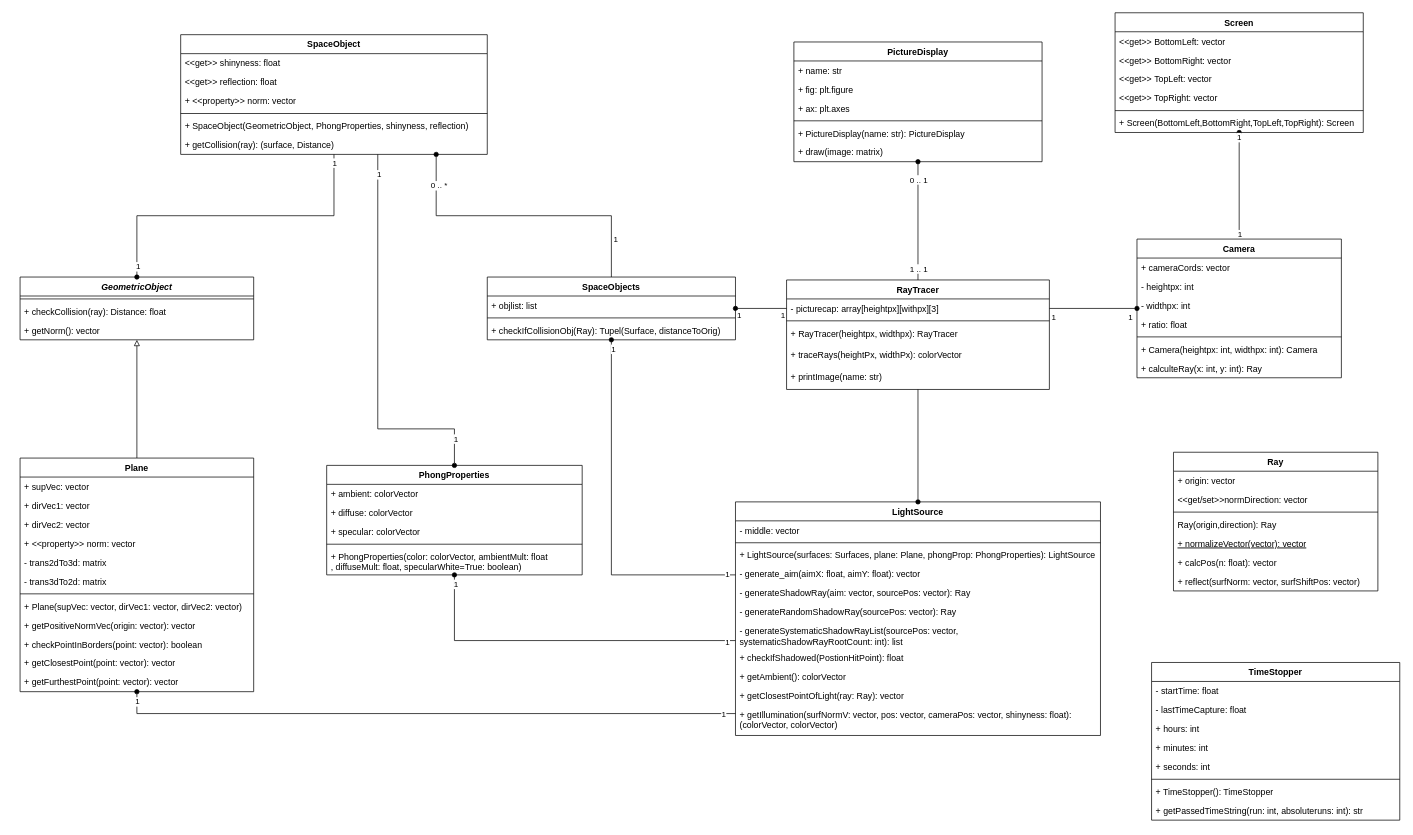
FreshMax9000/RayTrace keeps this draw.io diagram as rayclasses.drawio. Above is the earlier version. Source tidied: cells renumbered, new cells numbered last; positions are measured from the earlier drawing's top-left corner, leaving out a move shared by most shapes. Both pictures are drawn from the tidied source at 73%, with x=0, y=0 at pixel (20, 12).
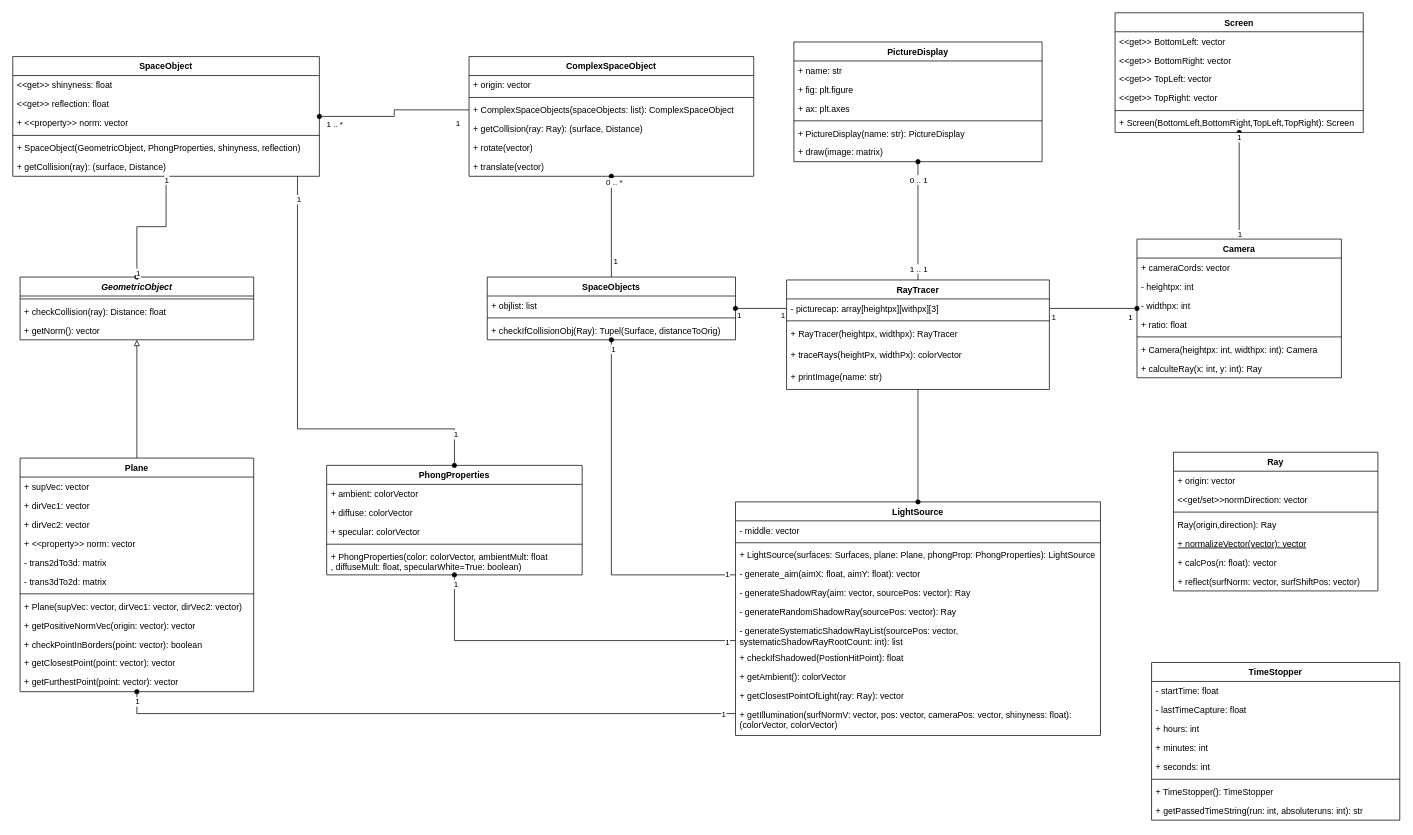
The same page after the edit.

Unchanged cells that the change refers to:
```xml
<mxCell id="40" value="SpaceObjects" style="swimlane;fontStyle=1;align=center;verticalAlign=top;horizontal=1;startSize=26;" parent="1" vertex="1">
  <mxGeometry x="640" y="362" width="340" height="86" as="geometry" />
</mxCell>
<mxCell id="85" value="PhongProperties" style="swimlane;fontStyle=1;align=center;verticalAlign=top;horizontal=1;startSize=26;" parent="1" vertex="1">
  <mxGeometry x="420" y="620" width="350" height="150" as="geometry" />
</mxCell>
```

Change to the diagram source:
```diff
@@
-    <mxCell id="2" style="edgeStyle=orthogonalEdgeStyle;rounded=0;jettySize=auto;html=1;startArrow=oval;startFill=1;endArrow=none;endFill=0;" parent="1" edge="1" source="108" target="40">
+    <mxCell id="2" style="edgeStyle=orthogonalEdgeStyle;rounded=0;jettySize=auto;html=1;startArrow=oval;startFill=1;endArrow=none;endFill=0;" parent="1" edge="1" source="125" target="40">
       <mxGeometry relative="1" as="geometry">
         <Array as="points">
-          <mxPoint x="570" y="278" />
-          <mxPoint x="810" y="278" />
+          <mxPoint x="810" y="240" />
+          <mxPoint x="810" y="240" />
         </Array>
       </mxGeometry>
     </mxCell>
@@
     <mxCell id="108" value="SpaceObject" style="swimlane;fontStyle=1;align=center;verticalAlign=top;horizontal=1;startSize=26;" parent="1" vertex="1">
-      <mxGeometry x="220" y="30" width="420" height="164" as="geometry" />
+      <mxGeometry x="-10" y="60" width="420" height="164" as="geometry" />
     </mxCell>
@@
     <mxCell id="115" style="edgeStyle=orthogonalEdgeStyle;rounded=0;jettySize=auto;html=1;exitX=0.5;exitY=0;exitDx=0;exitDy=0;startArrow=oval;startFill=1;endArrow=none;endFill=0;" parent="1" edge="1" source="85" target="108">
       <mxGeometry relative="1" as="geometry">
         <Array as="points">
           <mxPoint x="595" y="570" />
-          <mxPoint x="490" y="570" />
+          <mxPoint x="380" y="570" />
         </Array>
       </mxGeometry>
     </mxCell>
@@
+    <mxCell id="125" value="ComplexSpaceObject" style="swimlane;fontStyle=1;align=center;verticalAlign=top;horizontal=1;startSize=26;" parent="1" vertex="1">
+      <mxGeometry x="615" y="60" width="390" height="164" as="geometry" />
+    </mxCell>
+    <mxCell id="126" value="+ origin: vector" style="text;strokeColor=none;fillColor=none;align=left;verticalAlign=top;spacingLeft=4;spacingRight=4;overflow=hidden;" parent="125" vertex="1">
+      <mxGeometry y="26" width="390" height="26" as="geometry" />
+    </mxCell>
+    <mxCell id="127" style="line;strokeWidth=1;fillColor=none;align=left;verticalAlign=middle;spacingTop=-1;spacingLeft=3;spacingRight=3;labelPosition=right;" parent="125" vertex="1">
+      <mxGeometry y="52" width="390" height="8" as="geometry" />
+    </mxCell>
+    <mxCell id="128" value="+ ComplexSpaceObjects(spaceObjects: list): ComplexSpaceObject" style="text;strokeColor=none;fillColor=none;align=left;verticalAlign=top;spacingLeft=4;spacingRight=4;overflow=hidden;points=[[0,0.5],[1,0.5]];portConstraint=eastwest;" parent="125" vertex="1">
+      <mxGeometry y="60" width="390" height="26" as="geometry" />
+    </mxCell>
+    <mxCell id="129" value="+ getCollision(ray: Ray): (surface, Distance)" style="text;strokeColor=none;fillColor=none;align=left;verticalAlign=top;spacingLeft=4;spacingRight=4;overflow=hidden;" parent="125" vertex="1">
+      <mxGeometry y="86" width="390" height="26" as="geometry" />
+    </mxCell>
+    <mxCell id="130" value="+ rotate(vector)" style="text;strokeColor=none;fillColor=none;align=left;verticalAlign=top;spacingLeft=4;spacingRight=4;overflow=hidden;" parent="125" vertex="1">
+      <mxGeometry y="112" width="390" height="26" as="geometry" />
+    </mxCell>
+    <mxCell id="131" value="+ translate(vector)" style="text;strokeColor=none;fillColor=none;align=left;verticalAlign=top;spacingLeft=4;spacingRight=4;overflow=hidden;" parent="125" vertex="1">
+      <mxGeometry y="138" width="390" height="26" as="geometry" />
+    </mxCell>
+    <mxCell id="132" style="edgeStyle=orthogonalEdgeStyle;rounded=0;jettySize=auto;html=1;exitX=0;exitY=0.5;exitDx=0;exitDy=0;endArrow=oval;endFill=1;" parent="1" edge="1" source="128" target="108">
+      <mxGeometry relative="1" as="geometry" />
+    </mxCell>
+    <mxCell id="133" value="1 .. *" style="edgeLabel;html=1;align=center;verticalAlign=middle;" parent="132" vertex="1">
+      <mxGeometry x="0.91" y="-1" relative="1" as="geometry">
+        <mxPoint x="10" y="11" as="offset" />
+      </mxGeometry>
+    </mxCell>
+    <mxCell id="134" value="1" style="edgeLabel;html=1;align=center;verticalAlign=middle;" parent="132" vertex="1">
+      <mxGeometry x="-0.85" y="-1" relative="1" as="geometry">
+        <mxPoint y="18" as="offset" />
+      </mxGeometry>
+    </mxCell>
```
